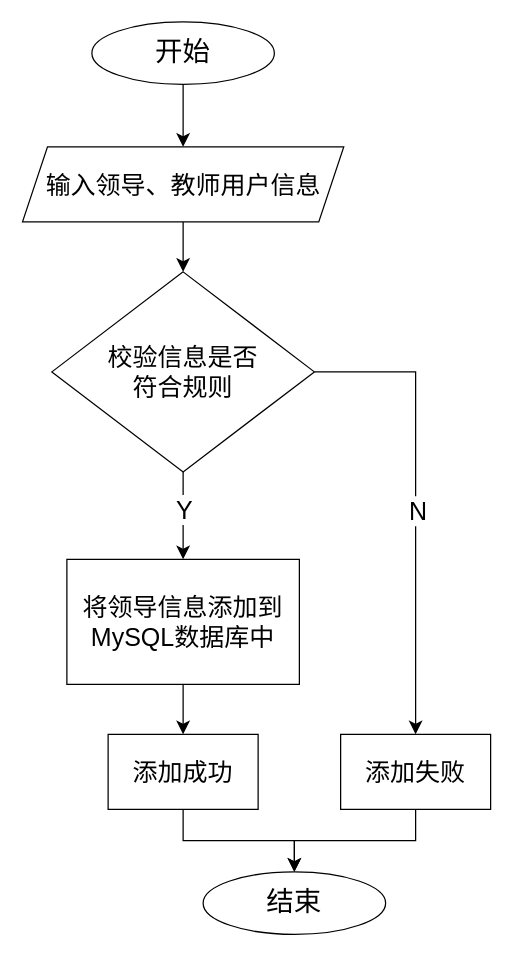
Before: page "添加领导教师信息流程图" (25 of 38) of 系统结构图.drawio in yuglei/design, a draw.io diagram. Source tidied: cells renumbered, new cells numbered last; positions are measured from the earlier drawing's top-left corner, leaving out a move shared by most shapes. Both pictures are drawn from the tidied source at 125%, with x=0, y=0 at pixel (22, 21).
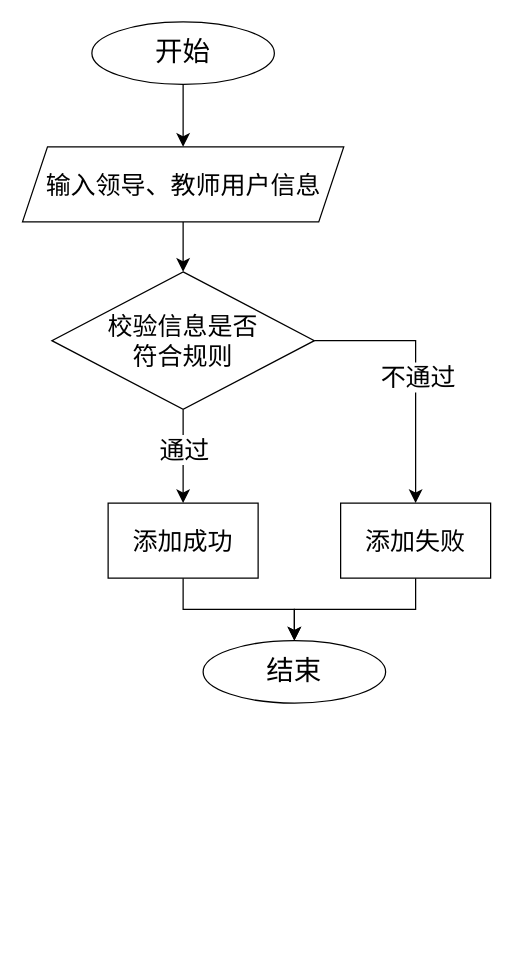
The same diagram, later.

Change to the diagram source:
```diff
@@
 <mxGraphModel>
   <root>
     <mxCell id="0" />
     <mxCell id="1" parent="0" />
     <mxCell id="2" style="edgeStyle=none;curved=1;rounded=0;jettySize=auto;html=1;exitX=0.5;exitY=1;exitDx=0;exitDy=0;fontSize=12;startSize=8;endSize=8;" parent="1" edge="1" source="3" target="5">
       <mxGeometry relative="1" as="geometry" />
     </mxCell>
     <mxCell id="3" value="&lt;font style=&quot;font-size: 22px;&quot;&gt;开始&lt;/font&gt;" style="ellipse;whiteSpace=wrap;html=1;" parent="1" vertex="1">
       <mxGeometry x="55" width="146" height="50" as="geometry" />
     </mxCell>
     <mxCell id="4" style="edgeStyle=none;curved=1;rounded=0;jettySize=auto;html=1;exitX=0.5;exitY=1;exitDx=0;exitDy=0;entryX=0.5;entryY=0;entryDx=0;entryDy=0;fontSize=12;startSize=8;endSize=8;" parent="1" edge="1" source="5" target="10">
       <mxGeometry relative="1" as="geometry" />
     </mxCell>
     <mxCell id="5" value="&lt;span style=&quot;font-size: 20px;&quot;&gt;输入领导、教师用户信息&lt;/span&gt;" style="shape=parallelogram;perimeter=parallelogramPerimeter;whiteSpace=wrap;html=1;fixedSize=1;" parent="1" vertex="1">
       <mxGeometry x="-0.5" y="100" width="257" height="60" as="geometry" />
     </mxCell>
     <mxCell id="6" style="edgeStyle=orthogonalEdgeStyle;rounded=0;jettySize=auto;html=1;exitX=1;exitY=0.5;exitDx=0;exitDy=0;fontSize=12;startSize=8;endSize=8;entryX=0.5;entryY=0;entryDx=0;entryDy=0;" parent="1" edge="1" source="10" target="17">
       <mxGeometry relative="1" as="geometry">
         <Array as="points">
-          <mxPoint x="314" y="280" />
+          <mxPoint x="314" y="255" />
         </Array>
       </mxGeometry>
     </mxCell>
-    <mxCell id="7" value="&lt;font style=&quot;font-size: 20px;&quot;&gt;N&lt;/font&gt;" style="edgeLabel;html=1;align=center;verticalAlign=middle;fontSize=12;" parent="6" vertex="1">
+    <mxCell id="7" value="&lt;font style=&quot;font-size: 20px;&quot;&gt;不通过&lt;/font&gt;" style="edgeLabel;html=1;align=center;verticalAlign=middle;fontSize=12;" parent="6" vertex="1">
       <mxGeometry x="0.03" y="1" relative="1" as="geometry" />
     </mxCell>
-    <mxCell id="8" style="edgeStyle=none;curved=1;rounded=0;jettySize=auto;html=1;exitX=0.5;exitY=1;exitDx=0;exitDy=0;fontSize=12;startSize=8;endSize=8;" parent="1" edge="1" source="10" target="12">
+    <mxCell id="8" style="edgeStyle=none;curved=1;rounded=0;jettySize=auto;html=1;exitX=0.5;exitY=1;exitDx=0;exitDy=0;fontSize=12;startSize=8;endSize=8;" parent="1" edge="1" source="10" target="14">
       <mxGeometry relative="1" as="geometry" />
     </mxCell>
-    <mxCell id="9" value="&lt;font style=&quot;font-size: 20px;&quot;&gt;Y&lt;/font&gt;" style="edgeLabel;html=1;align=center;verticalAlign=middle;fontSize=12;" parent="8" vertex="1">
+    <mxCell id="9" value="&lt;font style=&quot;font-size: 20px;&quot;&gt;通过&lt;/font&gt;" style="edgeLabel;html=1;align=center;verticalAlign=middle;fontSize=12;" parent="8" vertex="1">
       <mxGeometry x="-0.17" relative="1" as="geometry" />
     </mxCell>
     <mxCell id="10" value="&lt;span style=&quot;font-size: 20px;&quot;&gt;校验信息是否&lt;/span&gt;&lt;div&gt;&lt;span style=&quot;font-size: 20px;&quot;&gt;符合规则&lt;/span&gt;&lt;/div&gt;" style="rhombus;whiteSpace=wrap;html=1;" parent="1" vertex="1">
-      <mxGeometry x="23" y="200" width="210" height="160" as="geometry" />
+      <mxGeometry x="23" y="200" width="210" height="110" as="geometry" />
     </mxCell>
-    <mxCell id="11" style="edgeStyle=none;curved=1;rounded=0;jettySize=auto;html=1;exitX=0.5;exitY=1;exitDx=0;exitDy=0;fontSize=12;startSize=8;endSize=8;" parent="1" edge="1" source="12" target="14">
-      <mxGeometry relative="1" as="geometry" />
-    </mxCell>
-    <mxCell id="12" value="&lt;span style=&quot;font-size: 20px;&quot;&gt;将领导信息添加到MySQL数据库中&lt;/span&gt;" style="rounded=0;whiteSpace=wrap;html=1;" parent="1" vertex="1">
-      <mxGeometry x="35" y="430" width="186" height="100" as="geometry" />
-    </mxCell>
     <mxCell id="13" style="edgeStyle=orthogonalEdgeStyle;rounded=0;jettySize=auto;html=1;exitX=0.5;exitY=1;exitDx=0;exitDy=0;fontSize=12;startSize=8;endSize=8;entryX=0.5;entryY=0;entryDx=0;entryDy=0;" parent="1" edge="1" source="14" target="15">
       <mxGeometry relative="1" as="geometry" />
     </mxCell>
     <mxCell id="14" value="&lt;font style=&quot;font-size: 20px;&quot;&gt;添加成功&lt;/font&gt;" style="rounded=0;whiteSpace=wrap;html=1;" parent="1" vertex="1">
-      <mxGeometry x="68" y="570" width="120" height="60" as="geometry" />
+      <mxGeometry x="68" y="385" width="120" height="60" as="geometry" />
     </mxCell>
     <mxCell id="15" value="&lt;font style=&quot;font-size: 22px;&quot;&gt;结束&lt;/font&gt;" style="ellipse;whiteSpace=wrap;html=1;" parent="1" vertex="1">
-      <mxGeometry x="144" y="680" width="146" height="50" as="geometry" />
+      <mxGeometry x="144" y="495" width="146" height="50" as="geometry" />
     </mxCell>
     <mxCell id="16" style="edgeStyle=orthogonalEdgeStyle;rounded=0;jettySize=auto;html=1;exitX=0.5;exitY=1;exitDx=0;exitDy=0;entryX=0.5;entryY=0;entryDx=0;entryDy=0;fontSize=12;startSize=8;endSize=8;" parent="1" edge="1" source="17" target="15">
       <mxGeometry relative="1" as="geometry" />
     </mxCell>
     <mxCell id="17" value="&lt;font style=&quot;font-size: 20px;&quot;&gt;添加失败&lt;/font&gt;" style="rounded=0;whiteSpace=wrap;html=1;" parent="1" vertex="1">
-      <mxGeometry x="254" y="570" width="120" height="60" as="geometry" />
+      <mxGeometry x="254" y="385" width="120" height="60" as="geometry" />
     </mxCell>
   </root>
 </mxGraphModel>
```
